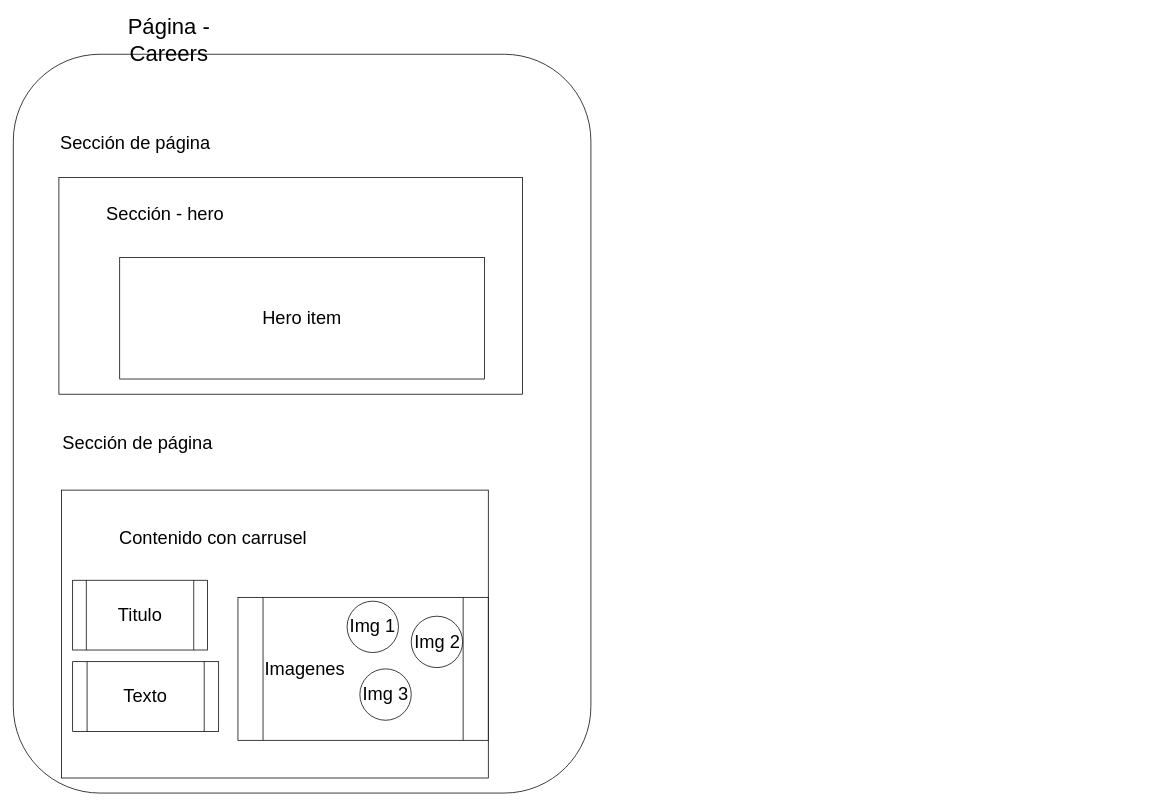
The draw.io diagram Site schema.drawio in empulsa/foocamp-empulsa, before the edit. Source tidied: cells renumbered, new cells numbered last; positions are measured from the earlier drawing's top-left corner, leaving out a move shared by most shapes. Both pictures are drawn from the tidied source at 76%, with x=0, y=0 at pixel (13, 25).
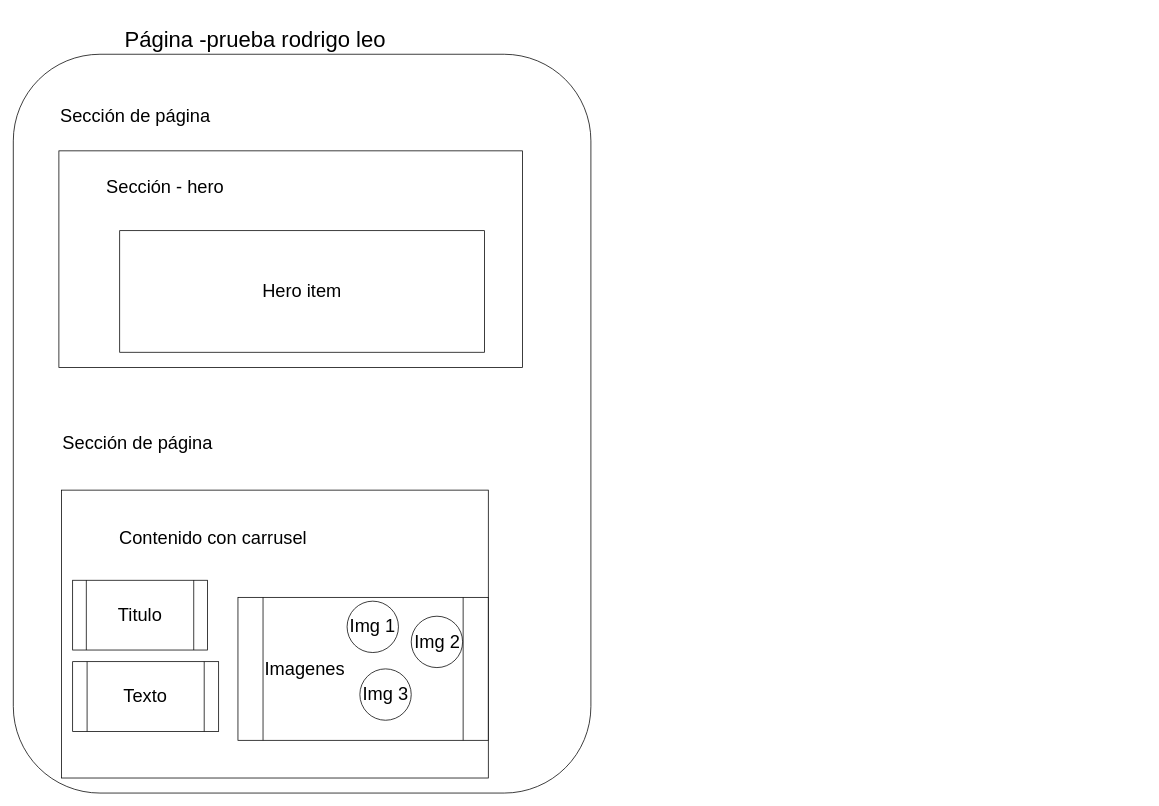
The same page after the edit.

The change refers to these unchanged cells:
```xml
<mxCell id="2" style="group;" parent="1" vertex="1">
  <mxGeometry width="1490" height="1010" as="geometry" />
</mxCell>
```

The edit, as a diff of the source:
```diff
@@
-    <mxCell id="4" value="Página - Careers" style="text;html=1;strokeColor=none;fillColor=none;align=center;verticalAlign=middle;whiteSpace=wrap;rounded=0;fontSize=29;" parent="2" vertex="1">
-      <mxGeometry x="96.7" width="215.7" height="37.9" as="geometry" />
+    <mxCell id="4" value="Página -prueba rodrigo leo" style="text;html=1;strokeColor=none;fillColor=none;align=center;verticalAlign=middle;whiteSpace=wrap;rounded=0;fontSize=29;" parent="2" vertex="1">
+      <mxGeometry x="96.7" width="443.3" height="37.9" as="geometry" />
     </mxCell>
@@
     <mxCell id="17" style="group;" parent="2" vertex="1">
-      <mxGeometry x="60" y="105.2" width="610" height="380" as="geometry" />
+      <mxGeometry x="60" y="70" width="610" height="380" as="geometry" />
     </mxCell>
```
